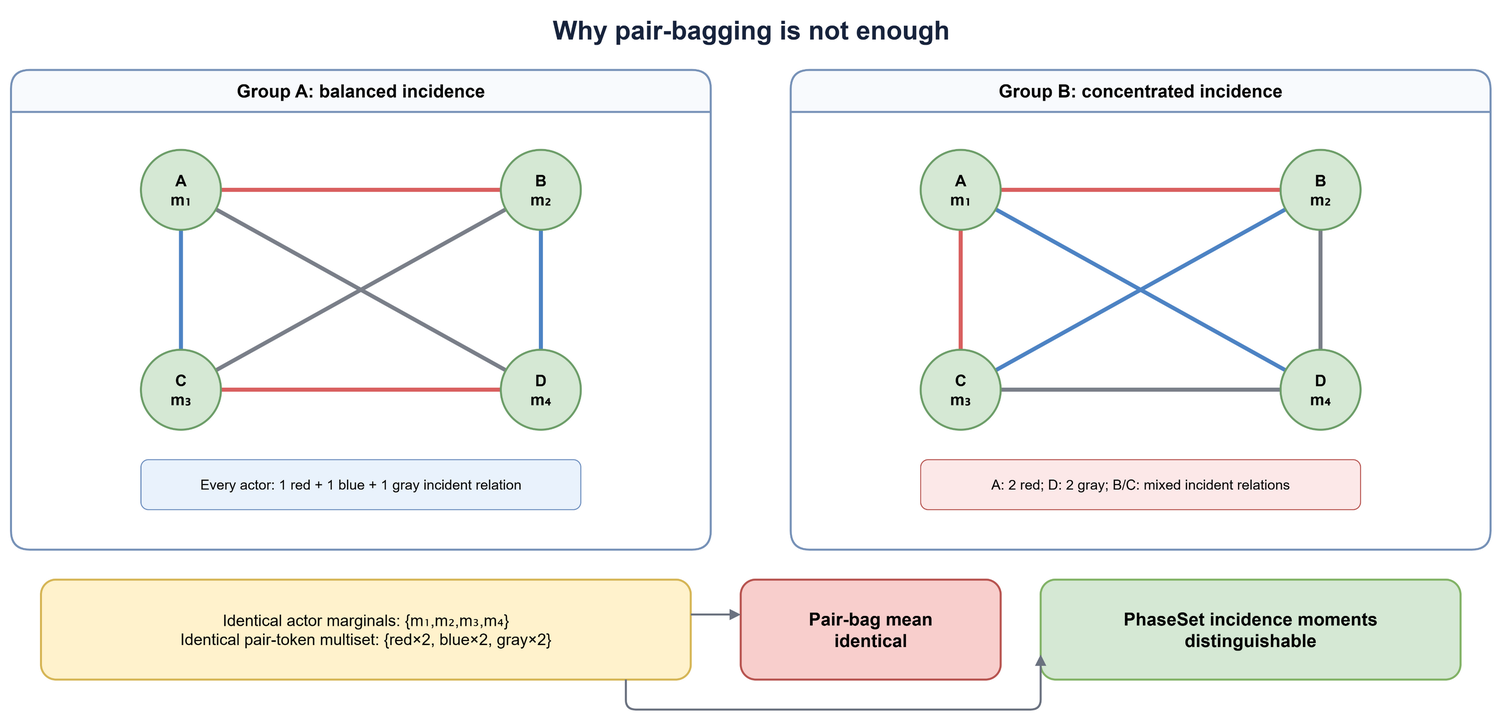
Above: figures/phaseset_motivation.png in appleweiping/phasepair-periodic-motion-language (draw.io), before the change. Source tidied: cells renumbered, new cells last; positions are measured from the earlier drawing's top-left corner, leaving out a move shared by most shapes.
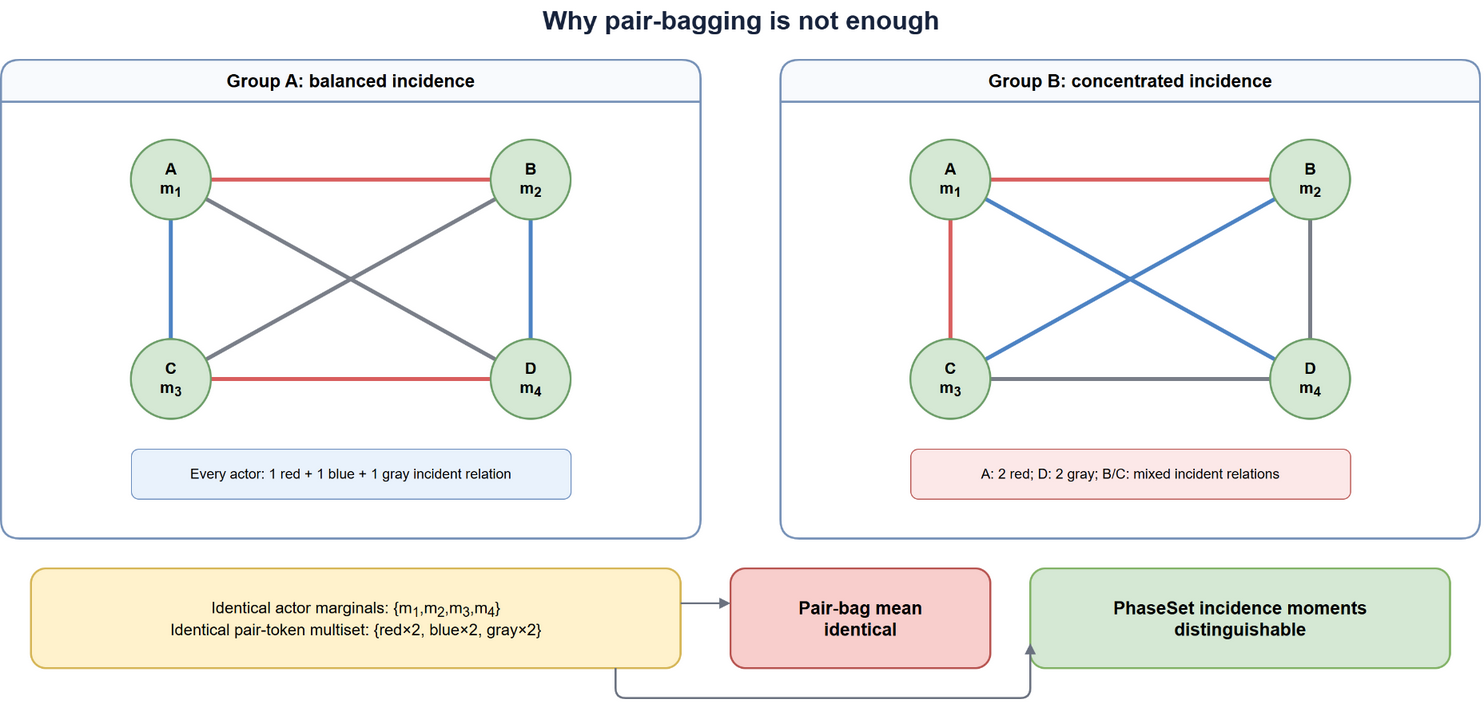
Above is the later version.

What changed in the source:
```diff
@@ -2,94 +2,94 @@
   <root>
     <mxCell id="0" />
     <mxCell id="1" parent="0" />
-    <mxCell id="2" value="Why pair-bagging is not enough" style="text;html=1;align=center;verticalAlign=middle;fontSize=26;fontStyle=1;fontColor=#17233C;" parent="1" vertex="1">
+    <mxCell id="2" value="Why pair-bagging is not enough" style="fontFamily=Arial;text;html=1;align=center;verticalAlign=middle;fontSize=26;fontStyle=1;fontColor=#17233C;" parent="1" vertex="1">
       <mxGeometry x="240" width="1000" height="40" as="geometry" />
     </mxCell>
-    <mxCell id="3" value="Group A: balanced incidence" style="swimlane;startSize=42;rounded=1;html=1;whiteSpace=wrap;fontSize=18;fontStyle=1;fillColor=#F8FAFD;strokeColor=#7792B8;strokeWidth=2;" parent="1" vertex="1">
+    <mxCell id="3" value="Group A: balanced incidence" style="fontFamily=Arial;swimlane;startSize=42;rounded=1;html=1;whiteSpace=wrap;fontSize=18;fontStyle=1;fillColor=#F8FAFD;strokeColor=#7792B8;strokeWidth=2;" parent="1" vertex="1">
       <mxGeometry y="60" width="700" height="480" as="geometry" />
     </mxCell>
-    <mxCell id="4" value="Group B: concentrated incidence" style="swimlane;startSize=42;rounded=1;html=1;whiteSpace=wrap;fontSize=18;fontStyle=1;fillColor=#F8FAFD;strokeColor=#7792B8;strokeWidth=2;" parent="1" vertex="1">
+    <mxCell id="4" value="Group B: concentrated incidence" style="fontFamily=Arial;swimlane;startSize=42;rounded=1;html=1;whiteSpace=wrap;fontSize=18;fontStyle=1;fillColor=#F8FAFD;strokeColor=#7792B8;strokeWidth=2;" parent="1" vertex="1">
       <mxGeometry x="780" y="60" width="700" height="480" as="geometry" />
     </mxCell>
-    <mxCell id="5" style="edgeStyle=none;rounded=1;jettySize=auto;html=1;strokeColor=#D95F5F;strokeWidth=4;endArrow=none;" parent="3" edge="1" source="11" target="12">
+    <mxCell id="5" style="fontFamily=Arial;edgeStyle=none;rounded=1;jettySize=auto;html=1;strokeColor=#D95F5F;strokeWidth=4;endArrow=none;" parent="3" edge="1" source="11" target="12">
       <mxGeometry relative="1" as="geometry" />
     </mxCell>
-    <mxCell id="6" style="edgeStyle=none;rounded=1;jettySize=auto;html=1;strokeColor=#4D83C4;strokeWidth=4;endArrow=none;" parent="3" edge="1" source="11" target="13">
+    <mxCell id="6" style="fontFamily=Arial;edgeStyle=none;rounded=1;jettySize=auto;html=1;strokeColor=#4D83C4;strokeWidth=4;endArrow=none;" parent="3" edge="1" source="11" target="13">
       <mxGeometry relative="1" as="geometry" />
     </mxCell>
-    <mxCell id="7" style="edgeStyle=none;rounded=1;jettySize=auto;html=1;strokeColor=#7A7F89;strokeWidth=4;endArrow=none;" parent="3" edge="1" source="11" target="14">
+    <mxCell id="7" style="fontFamily=Arial;edgeStyle=none;rounded=1;jettySize=auto;html=1;strokeColor=#7A7F89;strokeWidth=4;endArrow=none;" parent="3" edge="1" source="11" target="14">
       <mxGeometry relative="1" as="geometry" />
     </mxCell>
-    <mxCell id="8" style="edgeStyle=none;rounded=1;jettySize=auto;html=1;strokeColor=#7A7F89;strokeWidth=4;endArrow=none;" parent="3" edge="1" source="12" target="13">
+    <mxCell id="8" style="fontFamily=Arial;edgeStyle=none;rounded=1;jettySize=auto;html=1;strokeColor=#7A7F89;strokeWidth=4;endArrow=none;" parent="3" edge="1" source="12" target="13">
       <mxGeometry relative="1" as="geometry" />
     </mxCell>
-    <mxCell id="9" style="edgeStyle=none;rounded=1;jettySize=auto;html=1;strokeColor=#4D83C4;strokeWidth=4;endArrow=none;" parent="3" edge="1" source="12" target="14">
+    <mxCell id="9" style="fontFamily=Arial;edgeStyle=none;rounded=1;jettySize=auto;html=1;strokeColor=#4D83C4;strokeWidth=4;endArrow=none;" parent="3" edge="1" source="12" target="14">
       <mxGeometry relative="1" as="geometry" />
     </mxCell>
-    <mxCell id="10" style="edgeStyle=none;rounded=1;jettySize=auto;html=1;strokeColor=#D95F5F;strokeWidth=4;endArrow=none;" parent="3" edge="1" source="13" target="14">
+    <mxCell id="10" style="fontFamily=Arial;edgeStyle=none;rounded=1;jettySize=auto;html=1;strokeColor=#D95F5F;strokeWidth=4;endArrow=none;" parent="3" edge="1" source="13" target="14">
       <mxGeometry relative="1" as="geometry" />
     </mxCell>
-    <mxCell id="11" value="A&#10;m₁" style="ellipse;whiteSpace=wrap;html=1;align=center;verticalAlign=middle;fontSize=16;fontStyle=1;fillColor=#D5E8D4;strokeColor=#6D9E69;strokeWidth=2;" parent="3" vertex="1">
+    <mxCell id="11" value="A&#10;m&lt;sub&gt;1&lt;/sub&gt;" style="fontFamily=Arial;ellipse;whiteSpace=wrap;html=1;align=center;verticalAlign=middle;fontSize=16;fontStyle=1;fillColor=#D5E8D4;strokeColor=#6D9E69;strokeWidth=2;" parent="3" vertex="1">
       <mxGeometry x="130" y="80" width="80" height="80" as="geometry" />
     </mxCell>
-    <mxCell id="12" value="B&#10;m₂" style="ellipse;whiteSpace=wrap;html=1;align=center;verticalAlign=middle;fontSize=16;fontStyle=1;fillColor=#D5E8D4;strokeColor=#6D9E69;strokeWidth=2;" parent="3" vertex="1">
+    <mxCell id="12" value="B&#10;m&lt;sub&gt;2&lt;/sub&gt;" style="fontFamily=Arial;ellipse;whiteSpace=wrap;html=1;align=center;verticalAlign=middle;fontSize=16;fontStyle=1;fillColor=#D5E8D4;strokeColor=#6D9E69;strokeWidth=2;" parent="3" vertex="1">
       <mxGeometry x="490" y="80" width="80" height="80" as="geometry" />
     </mxCell>
-    <mxCell id="13" value="C&#10;m₃" style="ellipse;whiteSpace=wrap;html=1;align=center;verticalAlign=middle;fontSize=16;fontStyle=1;fillColor=#D5E8D4;strokeColor=#6D9E69;strokeWidth=2;" parent="3" vertex="1">
+    <mxCell id="13" value="C&#10;m&lt;sub&gt;3&lt;/sub&gt;" style="fontFamily=Arial;ellipse;whiteSpace=wrap;html=1;align=center;verticalAlign=middle;fontSize=16;fontStyle=1;fillColor=#D5E8D4;strokeColor=#6D9E69;strokeWidth=2;" parent="3" vertex="1">
       <mxGeometry x="130" y="280" width="80" height="80" as="geometry" />
     </mxCell>
-    <mxCell id="14" value="D&#10;m₄" style="ellipse;whiteSpace=wrap;html=1;align=center;verticalAlign=middle;fontSize=16;fontStyle=1;fillColor=#D5E8D4;strokeColor=#6D9E69;strokeWidth=2;" parent="3" vertex="1">
+    <mxCell id="14" value="D&#10;m&lt;sub&gt;4&lt;/sub&gt;" style="fontFamily=Arial;ellipse;whiteSpace=wrap;html=1;align=center;verticalAlign=middle;fontSize=16;fontStyle=1;fillColor=#D5E8D4;strokeColor=#6D9E69;strokeWidth=2;" parent="3" vertex="1">
       <mxGeometry x="490" y="280" width="80" height="80" as="geometry" />
     </mxCell>
-    <mxCell id="15" value="Every actor: 1 red + 1 blue + 1 gray incident relation" style="rounded=1;whiteSpace=wrap;html=1;align=center;verticalAlign=middle;fontSize=14;fillColor=#E9F2FC;strokeColor=#6C8EBF;" parent="3" vertex="1">
+    <mxCell id="15" value="Every actor: 1 red + 1 blue + 1 gray incident relation" style="fontFamily=Arial;rounded=1;whiteSpace=wrap;html=1;align=center;verticalAlign=middle;fontSize=14;fillColor=#E9F2FC;strokeColor=#6C8EBF;" parent="3" vertex="1">
       <mxGeometry x="130" y="390" width="440" height="50" as="geometry" />
     </mxCell>
-    <mxCell id="16" style="edgeStyle=none;rounded=1;jettySize=auto;html=1;strokeColor=#D95F5F;strokeWidth=4;endArrow=none;" parent="4" edge="1" source="22" target="23">
+    <mxCell id="16" style="fontFamily=Arial;edgeStyle=none;rounded=1;jettySize=auto;html=1;strokeColor=#D95F5F;strokeWidth=4;endArrow=none;" parent="4" edge="1" source="22" target="23">
       <mxGeometry relative="1" as="geometry" />
     </mxCell>
-    <mxCell id="17" style="edgeStyle=none;rounded=1;jettySize=auto;html=1;strokeColor=#D95F5F;strokeWidth=4;endArrow=none;" parent="4" edge="1" source="22" target="24">
+    <mxCell id="17" style="fontFamily=Arial;edgeStyle=none;rounded=1;jettySize=auto;html=1;strokeColor=#D95F5F;strokeWidth=4;endArrow=none;" parent="4" edge="1" source="22" target="24">
       <mxGeometry relative="1" as="geometry" />
     </mxCell>
-    <mxCell id="18" style="edgeStyle=none;rounded=1;jettySize=auto;html=1;strokeColor=#4D83C4;strokeWidth=4;endArrow=none;" parent="4" edge="1" source="22" target="25">
+    <mxCell id="18" style="fontFamily=Arial;edgeStyle=none;rounded=1;jettySize=auto;html=1;strokeColor=#4D83C4;strokeWidth=4;endArrow=none;" parent="4" edge="1" source="22" target="25">
       <mxGeometry relative="1" as="geometry" />
     </mxCell>
-    <mxCell id="19" style="edgeStyle=none;rounded=1;jettySize=auto;html=1;strokeColor=#4D83C4;strokeWidth=4;endArrow=none;" parent="4" edge="1" source="23" target="24">
+    <mxCell id="19" style="fontFamily=Arial;edgeStyle=none;rounded=1;jettySize=auto;html=1;strokeColor=#4D83C4;strokeWidth=4;endArrow=none;" parent="4" edge="1" source="23" target="24">
       <mxGeometry relative="1" as="geometry" />
     </mxCell>
-    <mxCell id="20" style="edgeStyle=none;rounded=1;jettySize=auto;html=1;strokeColor=#7A7F89;strokeWidth=4;endArrow=none;" parent="4" edge="1" source="23" target="25">
+    <mxCell id="20" style="fontFamily=Arial;edgeStyle=none;rounded=1;jettySize=auto;html=1;strokeColor=#7A7F89;strokeWidth=4;endArrow=none;" parent="4" edge="1" source="23" target="25">
       <mxGeometry relative="1" as="geometry" />
     </mxCell>
-    <mxCell id="21" style="edgeStyle=none;rounded=1;jettySize=auto;html=1;strokeColor=#7A7F89;strokeWidth=4;endArrow=none;" parent="4" edge="1" source="24" target="25">
+    <mxCell id="21" style="fontFamily=Arial;edgeStyle=none;rounded=1;jettySize=auto;html=1;strokeColor=#7A7F89;strokeWidth=4;endArrow=none;" parent="4" edge="1" source="24" target="25">
       <mxGeometry relative="1" as="geometry" />
     </mxCell>
-    <mxCell id="22" value="A&#10;m₁" style="ellipse;whiteSpace=wrap;html=1;align=center;verticalAlign=middle;fontSize=16;fontStyle=1;fillColor=#D5E8D4;strokeColor=#6D9E69;strokeWidth=2;" parent="4" vertex="1">
+    <mxCell id="22" value="A&#10;m&lt;sub&gt;1&lt;/sub&gt;" style="fontFamily=Arial;ellipse;whiteSpace=wrap;html=1;align=center;verticalAlign=middle;fontSize=16;fontStyle=1;fillColor=#D5E8D4;strokeColor=#6D9E69;strokeWidth=2;" parent="4" vertex="1">
       <mxGeometry x="130" y="80" width="80" height="80" as="geometry" />
     </mxCell>
-    <mxCell id="23" value="B&#10;m₂" style="ellipse;whiteSpace=wrap;html=1;align=center;verticalAlign=middle;fontSize=16;fontStyle=1;fillColor=#D5E8D4;strokeColor=#6D9E69;strokeWidth=2;" parent="4" vertex="1">
+    <mxCell id="23" value="B&#10;m&lt;sub&gt;2&lt;/sub&gt;" style="fontFamily=Arial;ellipse;whiteSpace=wrap;html=1;align=center;verticalAlign=middle;fontSize=16;fontStyle=1;fillColor=#D5E8D4;strokeColor=#6D9E69;strokeWidth=2;" parent="4" vertex="1">
       <mxGeometry x="490" y="80" width="80" height="80" as="geometry" />
     </mxCell>
-    <mxCell id="24" value="C&#10;m₃" style="ellipse;whiteSpace=wrap;html=1;align=center;verticalAlign=middle;fontSize=16;fontStyle=1;fillColor=#D5E8D4;strokeColor=#6D9E69;strokeWidth=2;" parent="4" vertex="1">
+    <mxCell id="24" value="C&#10;m&lt;sub&gt;3&lt;/sub&gt;" style="fontFamily=Arial;ellipse;whiteSpace=wrap;html=1;align=center;verticalAlign=middle;fontSize=16;fontStyle=1;fillColor=#D5E8D4;strokeColor=#6D9E69;strokeWidth=2;" parent="4" vertex="1">
       <mxGeometry x="130" y="280" width="80" height="80" as="geometry" />
     </mxCell>
-    <mxCell id="25" value="D&#10;m₄" style="ellipse;whiteSpace=wrap;html=1;align=center;verticalAlign=middle;fontSize=16;fontStyle=1;fillColor=#D5E8D4;strokeColor=#6D9E69;strokeWidth=2;" parent="4" vertex="1">
+    <mxCell id="25" value="D&#10;m&lt;sub&gt;4&lt;/sub&gt;" style="fontFamily=Arial;ellipse;whiteSpace=wrap;html=1;align=center;verticalAlign=middle;fontSize=16;fontStyle=1;fillColor=#D5E8D4;strokeColor=#6D9E69;strokeWidth=2;" parent="4" vertex="1">
       <mxGeometry x="490" y="280" width="80" height="80" as="geometry" />
     </mxCell>
-    <mxCell id="26" value="A: 2 red; D: 2 gray; B/C: mixed incident relations" style="rounded=1;whiteSpace=wrap;html=1;align=center;verticalAlign=middle;fontSize=14;fillColor=#FCE8E8;strokeColor=#B85450;" parent="4" vertex="1">
+    <mxCell id="26" value="A: 2 red; D: 2 gray; B/C: mixed incident relations" style="fontFamily=Arial;rounded=1;whiteSpace=wrap;html=1;align=center;verticalAlign=middle;fontSize=14;fillColor=#FCE8E8;strokeColor=#B85450;" parent="4" vertex="1">
       <mxGeometry x="130" y="390" width="440" height="50" as="geometry" />
     </mxCell>
-    <mxCell id="27" value="Identical actor marginals: {m₁,m₂,m₃,m₄}&#10;Identical pair-token multiset: {red×2, blue×2, gray×2}" style="rounded=1;whiteSpace=wrap;html=1;align=center;verticalAlign=middle;fontSize=16;fillColor=#FFF2CC;strokeColor=#D6B656;strokeWidth=2;" parent="1" vertex="1">
+    <mxCell id="27" value="Identical actor marginals: {m&lt;sub&gt;1&lt;/sub&gt;,m&lt;sub&gt;2&lt;/sub&gt;,m&lt;sub&gt;3&lt;/sub&gt;,m&lt;sub&gt;4&lt;/sub&gt;}&#10;Identical pair-token multiset: {red×2, blue×2, gray×2}" style="fontFamily=Arial;rounded=1;whiteSpace=wrap;html=1;align=center;verticalAlign=middle;fontSize=16;fillColor=#FFF2CC;strokeColor=#D6B656;strokeWidth=2;" parent="1" vertex="1">
       <mxGeometry x="30" y="570" width="650" height="100" as="geometry" />
     </mxCell>
-    <mxCell id="28" value="Pair-bag mean&#10;identical" style="rounded=1;whiteSpace=wrap;html=1;align=center;verticalAlign=middle;fontSize=18;fontStyle=1;fillColor=#F8CECC;strokeColor=#B85450;strokeWidth=2;" parent="1" vertex="1">
+    <mxCell id="28" value="Pair-bag mean&#10;identical" style="fontFamily=Arial;rounded=1;whiteSpace=wrap;html=1;align=center;verticalAlign=middle;fontSize=18;fontStyle=1;fillColor=#F8CECC;strokeColor=#B85450;strokeWidth=2;" parent="1" vertex="1">
       <mxGeometry x="730" y="570" width="260" height="100" as="geometry" />
     </mxCell>
-    <mxCell id="29" value="PhaseSet incidence moments&#10;distinguishable" style="rounded=1;whiteSpace=wrap;html=1;align=center;verticalAlign=middle;fontSize=18;fontStyle=1;fillColor=#D5E8D4;strokeColor=#82B366;strokeWidth=2;" parent="1" vertex="1">
+    <mxCell id="29" value="PhaseSet incidence moments&#10;distinguishable" style="fontFamily=Arial;rounded=1;whiteSpace=wrap;html=1;align=center;verticalAlign=middle;fontSize=18;fontStyle=1;fillColor=#D5E8D4;strokeColor=#82B366;strokeWidth=2;" parent="1" vertex="1">
       <mxGeometry x="1030" y="570" width="420" height="100" as="geometry" />
     </mxCell>
-    <mxCell id="30" style="edgeStyle=orthogonalEdgeStyle;rounded=1;jettySize=auto;html=1;strokeColor=#6B7280;strokeWidth=2;endArrow=block;endFill=1;exitX=1;exitY=0.35;exitDx=0;exitDy=0;entryX=0;entryY=0.35;entryDx=0;entryDy=0;" parent="1" edge="1" source="27" target="28">
+    <mxCell id="30" style="fontFamily=Arial;edgeStyle=orthogonalEdgeStyle;rounded=1;jettySize=auto;html=1;strokeColor=#6B7280;strokeWidth=2;endArrow=block;endFill=1;exitX=1;exitY=0.35;exitDx=0;exitDy=0;entryX=0;entryY=0.35;entryDx=0;entryDy=0;" parent="1" edge="1" source="27" target="28">
       <mxGeometry relative="1" as="geometry" />
     </mxCell>
-    <mxCell id="31" style="edgeStyle=orthogonalEdgeStyle;rounded=1;jettySize=auto;html=1;strokeColor=#6B7280;strokeWidth=2;endArrow=block;endFill=1;exitX=0.9;exitY=1;exitDx=0;exitDy=0;entryX=0;entryY=0.75;entryDx=0;entryDy=0;" parent="1" edge="1" source="27" target="29">
+    <mxCell id="31" style="fontFamily=Arial;edgeStyle=orthogonalEdgeStyle;rounded=1;jettySize=auto;html=1;strokeColor=#6B7280;strokeWidth=2;endArrow=block;endFill=1;exitX=0.9;exitY=1;exitDx=0;exitDy=0;entryX=0;entryY=0.75;entryDx=0;entryDy=0;" parent="1" edge="1" source="27" target="29">
       <mxGeometry relative="1" as="geometry">
         <Array as="points">
           <mxPoint x="640" y="700" />
```
